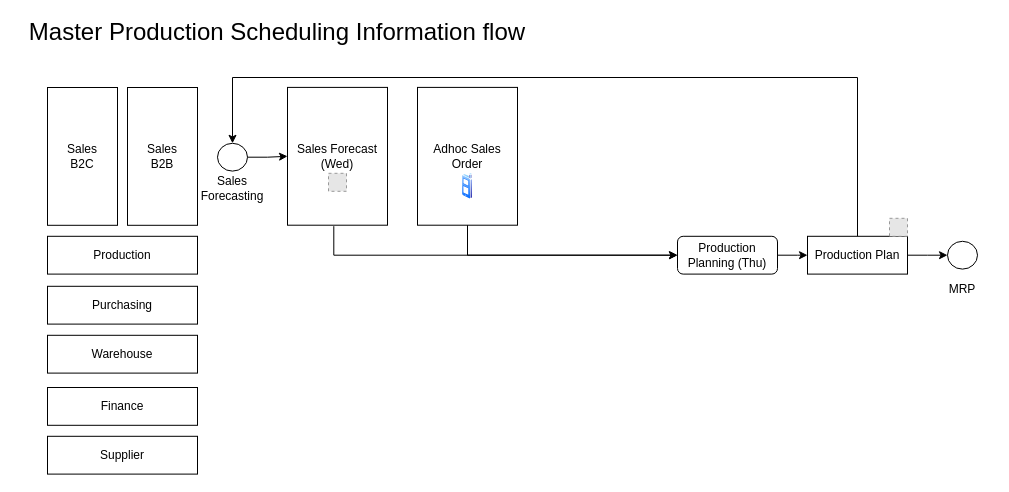
This is page "MPS" (2 of 7) of RM flow.drawio from pkppm-dev/Roy-s, a draw.io file, before an edit. Source tidied: cells renumbered, new cells numbered last; positions are measured from the earlier drawing's top-left corner, leaving out a move shared by most shapes. Both pictures are drawn from the tidied source at 100%, with x=0, y=0 at pixel (17, 17). Pictures stored in the file or linked from it are replaced by grey dashed boxes.
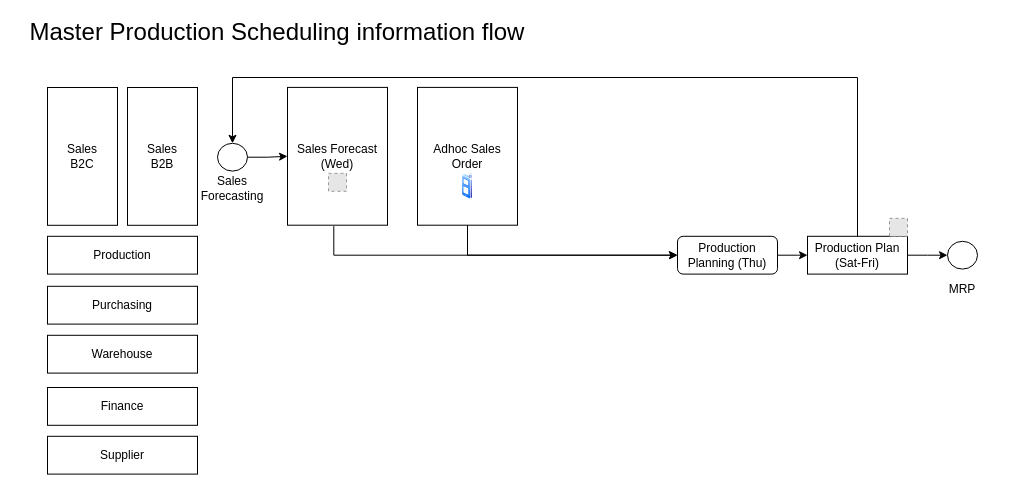
After the change.

What changed in the source:
```diff
@@
-    <mxCell id="2" value="&lt;font style=&quot;font-size: 24px;&quot;&gt;Master Production Scheduling Information flow&lt;/font&gt;" style="text;html=1;align=center;verticalAlign=middle;whiteSpace=wrap;rounded=0;" parent="1" vertex="1">
+    <mxCell id="2" value="&lt;font style=&quot;font-size: 24px;&quot;&gt;Master Production Scheduling information flow&lt;/font&gt;" style="text;html=1;align=center;verticalAlign=middle;whiteSpace=wrap;rounded=0;" parent="1" vertex="1">
       <mxGeometry width="520" height="30" as="geometry" />
     </mxCell>
@@
-    <mxCell id="22" value="Production Plan" style="whiteSpace=wrap;html=1;rounded=0;" parent="1" vertex="1">
+    <mxCell id="22" value="Production Plan&lt;div&gt;(Sat-Fri)&lt;/div&gt;" style="whiteSpace=wrap;html=1;rounded=0;" parent="1" vertex="1">
       <mxGeometry x="790" y="218.8" width="100" height="37.8" as="geometry" />
     </mxCell>
```
